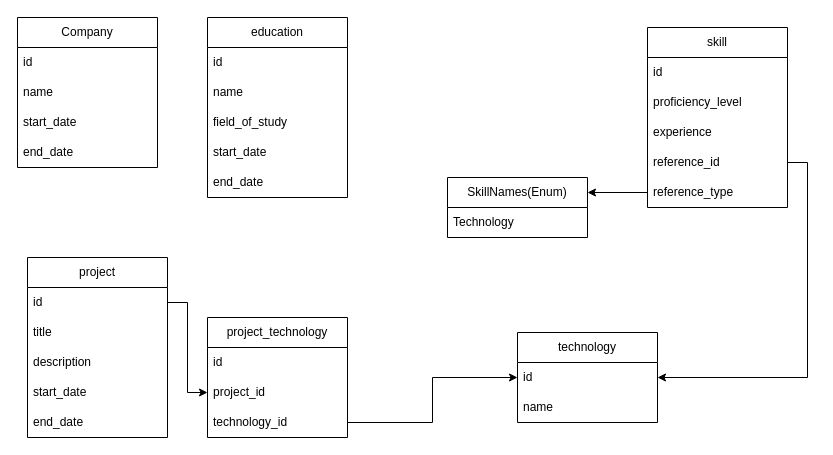
The draw.io diagram documentation/datamodel.drawio in bjras93/GraphQL.dotNET.Example, before the edit. Source tidied: cells renumbered, new cells numbered last; positions are measured from the earlier drawing's top-left corner, leaving out a move shared by most shapes. Both pictures are drawn from the tidied source at 100%, with x=0, y=0 at pixel (17, 17).
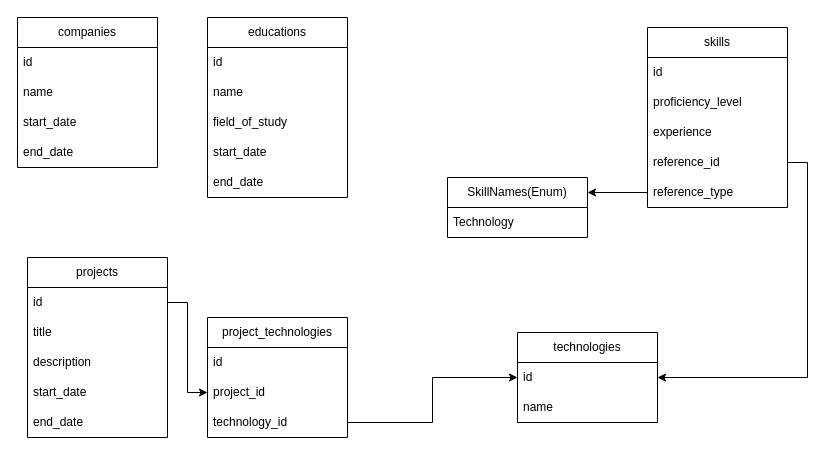
The same diagram, later.

Commit message (it also covers changes not shown here):
Corrected naming inconsistencies

Change to the diagram source:
```diff
@@
-    <mxCell id="2" value="Company" style="swimlane;fontStyle=0;horizontal=1;startSize=30;whiteSpace=wrap;html=1;" parent="1" vertex="1">
+    <mxCell id="2" value="companies" style="swimlane;fontStyle=0;horizontal=1;startSize=30;whiteSpace=wrap;html=1;" parent="1" vertex="1">
       <mxGeometry width="140" height="150" as="geometry" />
     </mxCell>
@@
-    <mxCell id="7" value="project" style="swimlane;fontStyle=0;horizontal=1;startSize=30;whiteSpace=wrap;html=1;" parent="1" vertex="1">
+    <mxCell id="7" value="projects" style="swimlane;fontStyle=0;horizontal=1;startSize=30;whiteSpace=wrap;html=1;" parent="1" vertex="1">
       <mxGeometry x="10" y="240" width="140" height="180" as="geometry" />
     </mxCell>
@@
-    <mxCell id="13" value="education" style="swimlane;fontStyle=0;horizontal=1;startSize=30;whiteSpace=wrap;html=1;" parent="1" vertex="1">
+    <mxCell id="13" value="educations" style="swimlane;fontStyle=0;horizontal=1;startSize=30;whiteSpace=wrap;html=1;" parent="1" vertex="1">
       <mxGeometry x="190" width="140" height="180" as="geometry" />
     </mxCell>
@@
-    <mxCell id="19" value="skill" style="swimlane;fontStyle=0;horizontal=1;startSize=30;whiteSpace=wrap;html=1;" parent="1" vertex="1">
+    <mxCell id="19" value="skills" style="swimlane;fontStyle=0;horizontal=1;startSize=30;whiteSpace=wrap;html=1;" parent="1" vertex="1">
       <mxGeometry x="630" y="10" width="140" height="180" as="geometry" />
     </mxCell>
@@
-    <mxCell id="25" value="technology" style="swimlane;fontStyle=0;horizontal=1;startSize=30;whiteSpace=wrap;html=1;" parent="1" vertex="1">
+    <mxCell id="25" value="technologies" style="swimlane;fontStyle=0;horizontal=1;startSize=30;whiteSpace=wrap;html=1;" parent="1" vertex="1">
       <mxGeometry x="500" y="315" width="140" height="90" as="geometry" />
     </mxCell>
@@
-    <mxCell id="28" value="project_technology" style="swimlane;fontStyle=0;horizontal=1;startSize=30;whiteSpace=wrap;html=1;" parent="1" vertex="1">
+    <mxCell id="28" value="project_technologies" style="swimlane;fontStyle=0;horizontal=1;startSize=30;whiteSpace=wrap;html=1;" parent="1" vertex="1">
       <mxGeometry x="190" y="300" width="140" height="120" as="geometry" />
     </mxCell>
```
